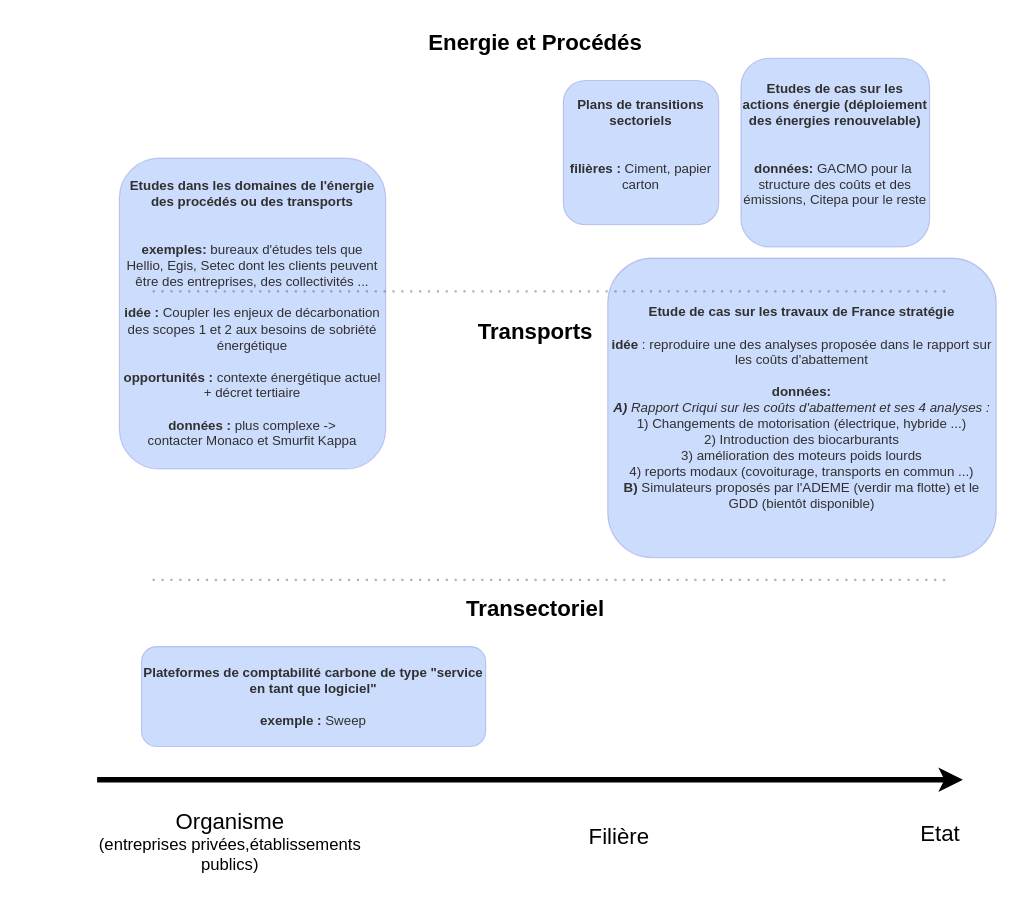
Earlier version of the draw.io diagram Diagramme sans nom.drawio (Schlegen/drawio_schemes). Source tidied: cells renumbered, new cells numbered last; positions are measured from the earlier drawing's top-left corner, leaving out a move shared by most shapes. Both pictures are drawn from the tidied source at 111%, with x=0, y=0 at pixel (85, 24).
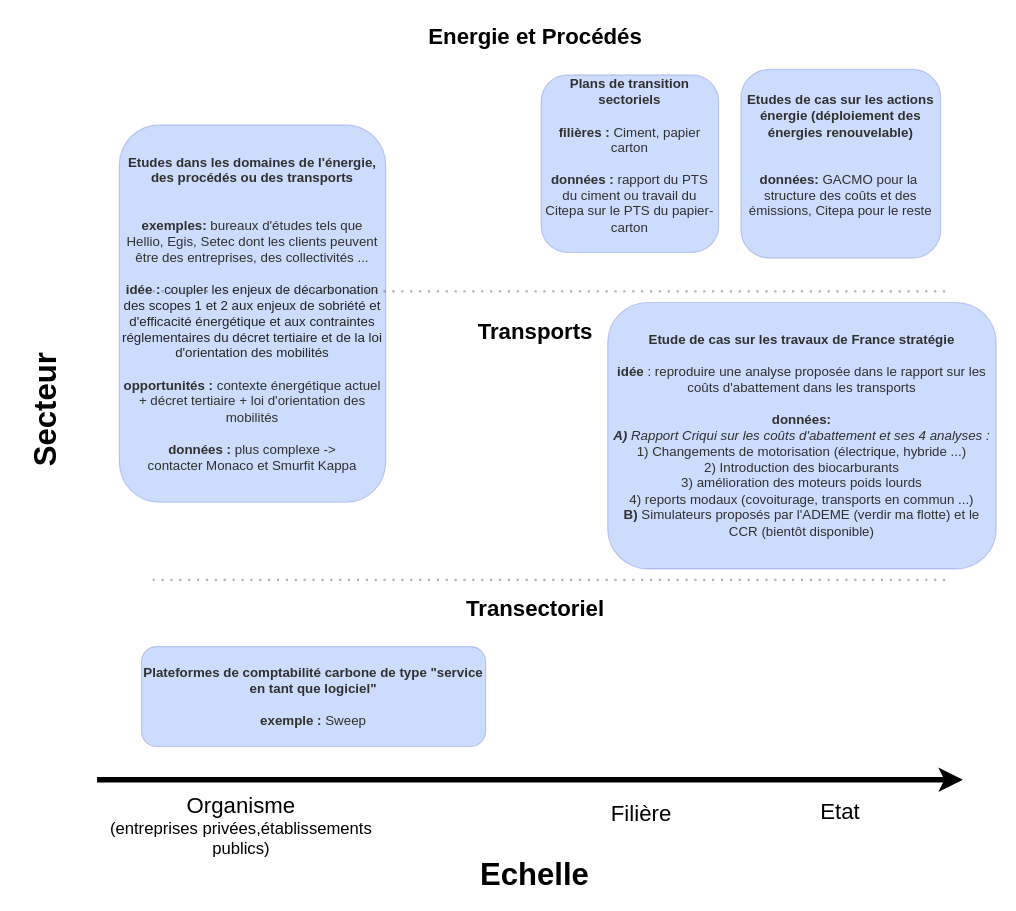
The same diagram, later.

Commit message:
Mettre à jour Diagramme sans nom.drawio

What changed in the source:
```diff
@@
     <mxCell id="3" value="&lt;div&gt;&lt;font style=&quot;font-size: 20px;&quot;&gt;Organisme&lt;/font&gt; &lt;font style=&quot;font-size: 15px;&quot;&gt;&lt;br&gt;&lt;/font&gt;&lt;/div&gt;&lt;div&gt;&lt;font style=&quot;font-size: 15px;&quot;&gt;(entreprises privées,établissements publics)&lt;/font&gt;&lt;/div&gt;" style="text;html=1;strokeColor=none;fillColor=none;align=center;verticalAlign=middle;whiteSpace=wrap;rounded=0;" parent="1" vertex="1">
-      <mxGeometry y="720" width="260" height="30" as="geometry" />
+      <mxGeometry x="10" y="690" width="260" height="60" as="geometry" />
     </mxCell>
     <mxCell id="4" value="Etat" style="text;whiteSpace=wrap;html=1;fontSize=20;" parent="1" vertex="1">
-      <mxGeometry x="750" y="710" width="50" height="50" as="geometry" />
+      <mxGeometry x="660" y="690" width="40" height="40" as="geometry" />
     </mxCell>
     <mxCell id="5" value="Filière" style="text;html=1;align=center;verticalAlign=middle;strokeColor=none;fillColor=none;fontSize=20;" parent="1" vertex="1">
-      <mxGeometry x="440" y="710" width="80" height="40" as="geometry" />
+      <mxGeometry x="460" y="690" width="80" height="40" as="geometry" />
     </mxCell>
@@
     <mxCell id="8" value="&lt;b&gt;Energie et Procédés&lt;/b&gt;" style="text;html=1;strokeColor=none;fillColor=none;align=center;verticalAlign=middle;whiteSpace=wrap;rounded=0;fontSize=20;" parent="1" vertex="1">
-      <mxGeometry x="155" width="500" height="30" as="geometry" />
+      <mxGeometry x="155" y="-5" width="500" height="30" as="geometry" />
     </mxCell>
@@
-    <mxCell id="11" value="&lt;p style=&quot;line-height: 0.4; font-size: 12px;&quot;&gt;&lt;/p&gt;&lt;div style=&quot;font-size: 12px;&quot;&gt;&lt;font style=&quot;font-size: 12px;&quot;&gt;&lt;b style=&quot;font-size: 12px;&quot;&gt;Etudes dans les domaines de l'énergie des procédés ou des transports&lt;/b&gt;&lt;br&gt;&lt;/font&gt;&lt;/div&gt;&lt;div style=&quot;font-size: 12px;&quot;&gt;&lt;font style=&quot;font-size: 12px;&quot;&gt;&lt;br&gt;&lt;/font&gt;&lt;/div&gt;&lt;div style=&quot;font-size: 12px;&quot;&gt;&lt;font style=&quot;font-size: 12px;&quot;&gt;&lt;br style=&quot;font-size: 12px;&quot;&gt;&lt;/font&gt;&lt;/div&gt;&lt;div style=&quot;font-size: 12px;&quot;&gt;&lt;font style=&quot;font-size: 12px;&quot;&gt;&lt;b style=&quot;font-size: 12px;&quot;&gt;exemples:&lt;/b&gt; bureaux d'études tels que &lt;br&gt;&lt;/font&gt;&lt;/div&gt;&lt;div style=&quot;font-size: 12px;&quot;&gt;&lt;font style=&quot;font-size: 12px;&quot;&gt;Hellio, Egis, Setec dont les clients peuvent être des entreprises, des collectivités ...&lt;br&gt;&lt;/font&gt;&lt;/div&gt;&lt;div style=&quot;font-size: 12px;&quot;&gt;&lt;font style=&quot;font-size: 12px;&quot;&gt;&lt;br style=&quot;font-size: 12px;&quot;&gt;&lt;/font&gt;&lt;/div&gt;&lt;div style=&quot;font-size: 12px;&quot;&gt;&lt;font style=&quot;font-size: 12px;&quot;&gt;&lt;b style=&quot;font-size: 12px;&quot;&gt;idée :&lt;/b&gt; Coupler les enjeux de décarbonation des scopes 1 et 2 aux besoins de sobriété énergétique&lt;/font&gt;&lt;/div&gt;&lt;div style=&quot;font-size: 12px;&quot;&gt;&lt;font style=&quot;font-size: 12px;&quot;&gt;&lt;br&gt;&lt;/font&gt;&lt;/div&gt;&lt;div style=&quot;font-size: 12px;&quot;&gt;&lt;font style=&quot;font-size: 12px;&quot;&gt;&lt;b&gt;opportunités : &lt;/b&gt;contexte énergétique actuel + décret tertiaire&lt;br&gt;&lt;/font&gt;&lt;/div&gt;&lt;div style=&quot;font-size: 12px;&quot;&gt;&lt;font style=&quot;font-size: 12px;&quot;&gt;&lt;br&gt;&lt;/font&gt;&lt;/div&gt;&lt;div style=&quot;font-size: 12px;&quot;&gt;&lt;font style=&quot;font-size: 12px;&quot;&gt;&lt;b&gt;données :&lt;/b&gt; plus complexe -&amp;gt; &lt;br&gt;&lt;/font&gt;&lt;/div&gt;&lt;div style=&quot;font-size: 12px;&quot;&gt;&lt;font style=&quot;font-size: 12px;&quot;&gt;contacter Monaco et Smurfit Kappa&lt;br&gt;&lt;/font&gt;&lt;/div&gt;&lt;p style=&quot;font-size: 12px;&quot;&gt;&lt;/p&gt;" style="rounded=1;whiteSpace=wrap;html=1;fontSize=12;labelBackgroundColor=none;opacity=20;fillColor=#0050ef;strokeColor=#001DBC;fontColor=#303030;" parent="1" vertex="1">
-      <mxGeometry x="30" y="120" width="240" height="280" as="geometry" />
+    <mxCell id="11" value="&lt;p style=&quot;line-height: 0.4; font-size: 12px;&quot;&gt;&lt;/p&gt;&lt;div style=&quot;font-size: 12px;&quot;&gt;&lt;font style=&quot;font-size: 12px;&quot;&gt;&lt;b style=&quot;font-size: 12px;&quot;&gt;Etudes dans les domaines de l'énergie, des procédés ou des transports&lt;/b&gt;&lt;br&gt;&lt;/font&gt;&lt;/div&gt;&lt;div style=&quot;font-size: 12px;&quot;&gt;&lt;font style=&quot;font-size: 12px;&quot;&gt;&lt;br&gt;&lt;/font&gt;&lt;/div&gt;&lt;div style=&quot;font-size: 12px;&quot;&gt;&lt;font style=&quot;font-size: 12px;&quot;&gt;&lt;br style=&quot;font-size: 12px;&quot;&gt;&lt;/font&gt;&lt;/div&gt;&lt;div style=&quot;font-size: 12px;&quot;&gt;&lt;font style=&quot;font-size: 12px;&quot;&gt;&lt;b style=&quot;font-size: 12px;&quot;&gt;exemples:&lt;/b&gt; bureaux d'études tels que &lt;br&gt;&lt;/font&gt;&lt;/div&gt;&lt;div style=&quot;font-size: 12px;&quot;&gt;&lt;font style=&quot;font-size: 12px;&quot;&gt;Hellio, Egis, Setec dont les clients peuvent être des entreprises, des collectivités ...&lt;br&gt;&lt;/font&gt;&lt;/div&gt;&lt;div style=&quot;font-size: 12px;&quot;&gt;&lt;font style=&quot;font-size: 12px;&quot;&gt;&lt;br style=&quot;font-size: 12px;&quot;&gt;&lt;/font&gt;&lt;/div&gt;&lt;div style=&quot;font-size: 12px;&quot;&gt;&lt;font style=&quot;font-size: 12px;&quot;&gt;&lt;b style=&quot;font-size: 12px;&quot;&gt;idée :&lt;/b&gt; &lt;/font&gt;&lt;font style=&quot;font-size: 12px;&quot; size=&quot;1&quot;&gt;&lt;span style=&quot;background-color: transparent;&quot;&gt;&lt;font style=&quot;font-size: 12px;&quot;&gt;&lt;span style=&quot;color: rgb(36, 36, 36); font-style: normal; font-variant-ligatures: normal; font-variant-caps: normal; font-weight: 400; letter-spacing: normal; text-align: start; text-indent: 0px; text-transform: none; word-spacing: 0px; -webkit-text-stroke-width: 0px; text-decoration-thickness: initial; text-decoration-style: initial; text-decoration-color: initial; display: inline !important; float: none;&quot;&gt;coupler les enjeux de décarbonation des scopes 1 et 2 aux enjeux de sobriété et d'efficacité énergétique et aux contraintes réglementaires du décret tertiaire et de la loi d'orientation des mobilités&lt;/span&gt;&lt;/font&gt;&lt;/span&gt;&lt;/font&gt;&lt;/div&gt;&lt;div style=&quot;font-size: 12px;&quot;&gt;&lt;font style=&quot;font-size: 12px;&quot;&gt;&lt;br&gt;&lt;/font&gt;&lt;/div&gt;&lt;div style=&quot;font-size: 12px;&quot;&gt;&lt;font style=&quot;font-size: 12px;&quot;&gt;&lt;b&gt;opportunités : &lt;/b&gt;contexte énergétique actuel + décret tertiaire + loi d'orientation des mobilités&lt;br&gt;&lt;/font&gt;&lt;/div&gt;&lt;div style=&quot;font-size: 12px;&quot;&gt;&lt;font style=&quot;font-size: 12px;&quot;&gt;&lt;br&gt;&lt;/font&gt;&lt;/div&gt;&lt;div style=&quot;font-size: 12px;&quot;&gt;&lt;font style=&quot;font-size: 12px;&quot;&gt;&lt;b&gt;données :&lt;/b&gt; plus complexe -&amp;gt; &lt;br&gt;&lt;/font&gt;&lt;/div&gt;&lt;div style=&quot;font-size: 12px;&quot;&gt;&lt;font style=&quot;font-size: 12px;&quot;&gt;contacter Monaco et Smurfit Kappa&lt;br&gt;&lt;/font&gt;&lt;/div&gt;&lt;p style=&quot;font-size: 12px;&quot;&gt;&lt;/p&gt;" style="rounded=1;whiteSpace=wrap;html=1;fontSize=12;labelBackgroundColor=none;opacity=20;fillColor=#0050ef;strokeColor=#001DBC;fontColor=#303030;" parent="1" vertex="1">
+      <mxGeometry x="30" y="90" width="240" height="340" as="geometry" />
     </mxCell>
-    <mxCell id="12" value="&lt;p style=&quot;line-height: 0.4; font-size: 12px;&quot;&gt;&lt;/p&gt;&lt;div style=&quot;font-size: 12px;&quot;&gt;&lt;font style=&quot;font-size: 12px;&quot;&gt;&lt;b style=&quot;font-size: 12px;&quot;&gt;Plans de transitions sectoriels&lt;/b&gt;&lt;br&gt;&lt;/font&gt;&lt;/div&gt;&lt;div style=&quot;font-size: 12px;&quot;&gt;&lt;font style=&quot;font-size: 12px;&quot;&gt;&lt;br&gt;&lt;/font&gt;&lt;/div&gt;&lt;div style=&quot;font-size: 12px;&quot;&gt;&lt;font style=&quot;font-size: 12px;&quot;&gt;&lt;br style=&quot;font-size: 12px;&quot;&gt;&lt;/font&gt;&lt;/div&gt;&lt;div style=&quot;font-size: 12px;&quot;&gt;&lt;font style=&quot;font-size: 12px;&quot;&gt;&lt;b style=&quot;font-size: 12px;&quot;&gt;filières :&lt;/b&gt; Ciment, papier carton&lt;br&gt;&lt;/font&gt;&lt;/div&gt;&lt;br&gt;&lt;p style=&quot;font-size: 12px;&quot;&gt;&lt;/p&gt;" style="rounded=1;whiteSpace=wrap;html=1;fontSize=12;labelBackgroundColor=none;opacity=20;fillColor=#0050ef;strokeColor=#001DBC;fontColor=#303030;" parent="1" vertex="1">
-      <mxGeometry x="430" y="50" width="140" height="130" as="geometry" />
+    <mxCell id="12" value="&lt;p style=&quot;line-height: 0.4; font-size: 12px;&quot;&gt;&lt;/p&gt;&lt;div style=&quot;font-size: 12px;&quot;&gt;&lt;font style=&quot;font-size: 12px;&quot;&gt;&lt;b style=&quot;font-size: 12px;&quot;&gt;Plans de transition sectoriels&lt;/b&gt;&lt;br&gt;&lt;/font&gt;&lt;/div&gt;&lt;div style=&quot;font-size: 12px;&quot;&gt;&lt;font style=&quot;font-size: 12px;&quot;&gt;&lt;br style=&quot;font-size: 12px;&quot;&gt;&lt;/font&gt;&lt;/div&gt;&lt;div style=&quot;font-size: 12px;&quot;&gt;&lt;font style=&quot;font-size: 12px;&quot;&gt;&lt;b style=&quot;font-size: 12px;&quot;&gt;filières :&lt;/b&gt; Ciment, papier carton&lt;/font&gt;&lt;/div&gt;&lt;div style=&quot;font-size: 12px;&quot;&gt;&lt;font style=&quot;font-size: 12px;&quot;&gt;&lt;br&gt;&lt;/font&gt;&lt;/div&gt;&lt;div style=&quot;font-size: 12px;&quot;&gt;&lt;font style=&quot;font-size: 12px;&quot;&gt;&lt;b&gt;données : &lt;/b&gt;rapport du PTS du ciment ou travail du Citepa sur le PTS du papier-carton&lt;br&gt;&lt;/font&gt;&lt;/div&gt;&lt;br&gt;&lt;p style=&quot;font-size: 12px;&quot;&gt;&lt;/p&gt;" style="rounded=1;whiteSpace=wrap;html=1;fontSize=12;labelBackgroundColor=none;opacity=20;fillColor=#0050ef;strokeColor=#001DBC;fontColor=#303030;" parent="1" vertex="1">
+      <mxGeometry x="410" y="45" width="160" height="160" as="geometry" />
     </mxCell>
     <mxCell id="13" value="&lt;p style=&quot;line-height: 0.4; font-size: 12px;&quot;&gt;&lt;/p&gt;&lt;div style=&quot;font-size: 12px;&quot;&gt;&lt;font style=&quot;font-size: 12px;&quot;&gt;&lt;b style=&quot;font-size: 12px;&quot;&gt;Etudes de cas sur les actions énergie (déploiement des énergies renouvelable) &lt;/b&gt;&lt;br&gt;&lt;/font&gt;&lt;/div&gt;&lt;div style=&quot;font-size: 12px;&quot;&gt;&lt;font style=&quot;font-size: 12px;&quot;&gt;&lt;br&gt;&lt;/font&gt;&lt;/div&gt;&lt;div style=&quot;font-size: 12px;&quot;&gt;&lt;font style=&quot;font-size: 12px;&quot;&gt;&lt;br style=&quot;font-size: 12px;&quot;&gt;&lt;/font&gt;&lt;/div&gt;&lt;div style=&quot;font-size: 12px;&quot;&gt;&lt;font style=&quot;font-size: 12px;&quot;&gt;&lt;b style=&quot;font-size: 12px;&quot;&gt;données:&lt;/b&gt; GACMO pour la&amp;nbsp; structure des coûts et des émissions, Citepa pour le reste&lt;br&gt;&lt;/font&gt;&lt;/div&gt;&lt;br&gt;&lt;p style=&quot;font-size: 12px;&quot;&gt;&lt;/p&gt;" style="rounded=1;whiteSpace=wrap;html=1;fontSize=12;labelBackgroundColor=none;opacity=20;fillColor=#0050ef;strokeColor=#001DBC;fontColor=#303030;" parent="1" vertex="1">
-      <mxGeometry x="590" y="30" width="170" height="170" as="geometry" />
+      <mxGeometry x="590" y="40" width="180" height="170" as="geometry" />
     </mxCell>
-    <mxCell id="14" value="&lt;p style=&quot;line-height: 0.4; font-size: 12px;&quot;&gt;&lt;/p&gt;&lt;div style=&quot;font-size: 12px;&quot;&gt;&lt;font style=&quot;font-size: 12px;&quot;&gt;&lt;b style=&quot;font-size: 12px;&quot;&gt;Etude de cas sur les travaux de France stratégie &lt;/b&gt;&lt;br&gt;&lt;/font&gt;&lt;/div&gt;&lt;div style=&quot;font-size: 12px;&quot;&gt;&lt;font style=&quot;font-size: 12px;&quot;&gt;&lt;br&gt;&lt;/font&gt;&lt;/div&gt;&lt;div style=&quot;font-size: 12px;&quot;&gt;&lt;font style=&quot;font-size: 12px;&quot;&gt;&lt;b&gt;idée&lt;/b&gt; : reproduire une des analyses proposée dans le rapport sur les coûts d'abattement&lt;br&gt;&lt;/font&gt;&lt;/div&gt;&lt;div style=&quot;font-size: 12px;&quot;&gt;&lt;font style=&quot;font-size: 12px;&quot;&gt;&lt;br&gt;&lt;/font&gt;&lt;/div&gt;&lt;div style=&quot;font-size: 12px;&quot;&gt;&lt;font style=&quot;font-size: 12px;&quot;&gt;&lt;b style=&quot;font-size: 12px;&quot;&gt;données:&lt;/b&gt;&lt;/font&gt;&lt;/div&gt;&lt;div style=&quot;font-size: 12px;&quot;&gt;&lt;font style=&quot;font-size: 12px;&quot;&gt;&lt;i&gt;&lt;b&gt;A) &lt;/b&gt;Rapport Criqui sur les coûts d'abattement et ses 4 analyses : &lt;/i&gt;&lt;br&gt;&lt;/font&gt;&lt;/div&gt;&lt;div style=&quot;font-size: 12px;&quot;&gt;&lt;font style=&quot;font-size: 12px;&quot;&gt;1) Changements de motorisation (électrique, hybride ...)&lt;/font&gt;&lt;/div&gt;&lt;div style=&quot;font-size: 12px;&quot;&gt;&lt;font style=&quot;font-size: 12px;&quot;&gt;2) Introduction des biocarburants&lt;/font&gt;&lt;/div&gt;&lt;div style=&quot;font-size: 12px;&quot;&gt;&lt;font style=&quot;font-size: 12px;&quot;&gt;3) amélioration des moteurs poids lourds&lt;/font&gt;&lt;/div&gt;&lt;div style=&quot;font-size: 12px;&quot;&gt;&lt;font style=&quot;font-size: 12px;&quot;&gt;4) reports modaux (covoiturage, transports en commun ...)&lt;br&gt;&lt;/font&gt;&lt;/div&gt;&lt;div style=&quot;font-size: 12px;&quot;&gt;&lt;font style=&quot;font-size: 12px;&quot;&gt;&lt;b&gt;B)&lt;/b&gt; Simulateurs proposés par l'ADEME (verdir ma flotte) et le GDD (bientôt disponible)&lt;/font&gt;&lt;/div&gt;&lt;p style=&quot;font-size: 12px;&quot;&gt;&lt;/p&gt;" style="rounded=1;whiteSpace=wrap;html=1;fontSize=12;labelBackgroundColor=none;opacity=20;fillColor=#0050ef;strokeColor=#001DBC;fontColor=#303030;" parent="1" vertex="1">
-      <mxGeometry x="470" y="210" width="350" height="270" as="geometry" />
+    <mxCell id="14" value="&lt;p style=&quot;line-height: 0.4; font-size: 12px;&quot;&gt;&lt;/p&gt;&lt;div style=&quot;font-size: 12px;&quot;&gt;&lt;font style=&quot;font-size: 12px;&quot;&gt;&lt;b style=&quot;font-size: 12px;&quot;&gt;Etude de cas sur les travaux de France stratégie &lt;/b&gt;&lt;br&gt;&lt;/font&gt;&lt;/div&gt;&lt;div style=&quot;font-size: 12px;&quot;&gt;&lt;font style=&quot;font-size: 12px;&quot;&gt;&lt;br&gt;&lt;/font&gt;&lt;/div&gt;&lt;div style=&quot;font-size: 12px;&quot;&gt;&lt;font style=&quot;font-size: 12px;&quot;&gt;&lt;b&gt;idée&lt;/b&gt; : reproduire une analyse proposée dans le rapport sur les coûts d'abattement dans les transports&lt;br&gt;&lt;/font&gt;&lt;/div&gt;&lt;div style=&quot;font-size: 12px;&quot;&gt;&lt;font style=&quot;font-size: 12px;&quot;&gt;&lt;br&gt;&lt;/font&gt;&lt;/div&gt;&lt;div style=&quot;font-size: 12px;&quot;&gt;&lt;font style=&quot;font-size: 12px;&quot;&gt;&lt;b style=&quot;font-size: 12px;&quot;&gt;données:&lt;/b&gt;&lt;/font&gt;&lt;/div&gt;&lt;div style=&quot;font-size: 12px;&quot;&gt;&lt;font style=&quot;font-size: 12px;&quot;&gt;&lt;i&gt;&lt;b&gt;A) &lt;/b&gt;Rapport Criqui sur les coûts d'abattement et ses 4 analyses : &lt;/i&gt;&lt;br&gt;&lt;/font&gt;&lt;/div&gt;&lt;div style=&quot;font-size: 12px;&quot;&gt;&lt;font style=&quot;font-size: 12px;&quot;&gt;1) Changements de motorisation (électrique, hybride ...)&lt;/font&gt;&lt;/div&gt;&lt;div style=&quot;font-size: 12px;&quot;&gt;&lt;font style=&quot;font-size: 12px;&quot;&gt;2) Introduction des biocarburants&lt;/font&gt;&lt;/div&gt;&lt;div style=&quot;font-size: 12px;&quot;&gt;&lt;font style=&quot;font-size: 12px;&quot;&gt;3) amélioration des moteurs poids lourds&lt;/font&gt;&lt;/div&gt;&lt;div style=&quot;font-size: 12px;&quot;&gt;&lt;font style=&quot;font-size: 12px;&quot;&gt;4) reports modaux (covoiturage, transports en commun ...)&lt;br&gt;&lt;/font&gt;&lt;/div&gt;&lt;div style=&quot;font-size: 12px;&quot;&gt;&lt;font style=&quot;font-size: 12px;&quot;&gt;&lt;b&gt;B)&lt;/b&gt; Simulateurs proposés par l'ADEME (verdir ma flotte) et le CCR (bientôt disponible)&lt;/font&gt;&lt;/div&gt;&lt;p style=&quot;font-size: 12px;&quot;&gt;&lt;/p&gt;" style="rounded=1;whiteSpace=wrap;html=1;fontSize=12;labelBackgroundColor=none;opacity=20;fillColor=#0050ef;strokeColor=#001DBC;fontColor=#303030;" parent="1" vertex="1">
+      <mxGeometry x="470" y="250" width="350" height="240" as="geometry" />
     </mxCell>
@@
+    <mxCell id="16" value="&lt;font style=&quot;font-size: 28px;&quot;&gt;&lt;b&gt;Echelle&lt;/b&gt;&lt;/font&gt;" style="text;html=1;strokeColor=none;fillColor=none;align=center;verticalAlign=middle;whiteSpace=wrap;rounded=0;fontSize=20;" parent="1" vertex="1">
+      <mxGeometry x="302" y="750" width="205" height="30" as="geometry" />
+    </mxCell>
+    <mxCell id="17" value="&lt;font style=&quot;font-size: 28px;&quot;&gt;&lt;b&gt;Secteur&lt;/b&gt;&lt;/font&gt;" style="text;whiteSpace=wrap;html=1;fontSize=12;fontFamily=Helvetica;rotation=-90;" parent="1" vertex="1">
+      <mxGeometry x="-80" y="340" width="80" height="40" as="geometry" />
+    </mxCell>
```
